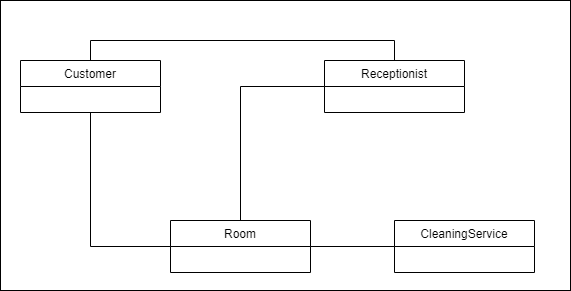
Above: Diagrammer/Domænemodel.png in jonash871j/Landlyst-24062020 (draw.io), before the change. Source tidied: cells renumbered, new cells last; positions are measured from the earlier drawing's top-left corner, leaving out a move shared by most shapes. Its diagram source:
```xml
<mxGraphModel>
  <root>
    <mxCell id="0" />
    <mxCell id="1" parent="0" />
    <mxCell id="2" style="rounded=0;whiteSpace=wrap;html=1;" parent="1" vertex="1">
      <mxGeometry width="570" height="290" as="geometry" />
    </mxCell>
    <mxCell id="3" style="edgeStyle=orthogonalEdgeStyle;rounded=0;jettySize=auto;html=1;entryX=1;entryY=0.5;entryDx=0;entryDy=0;endArrow=none;endFill=0;" parent="1" edge="1" source="4" target="6">
      <mxGeometry relative="1" as="geometry" />
    </mxCell>
    <mxCell id="4" value="CleaningService" style="swimlane;fontStyle=0;horizontal=1;startSize=26;fillColor=none;" parent="1" vertex="1">
      <mxGeometry x="394" y="220" width="140" height="52" as="geometry" />
    </mxCell>
    <mxCell id="5" style="edgeStyle=orthogonalEdgeStyle;rounded=0;jettySize=auto;html=1;entryX=0.5;entryY=0;entryDx=0;entryDy=0;endArrow=none;endFill=0;" parent="1" edge="1" source="7" target="6">
      <mxGeometry relative="1" as="geometry" />
    </mxCell>
    <mxCell id="6" value="Room" style="swimlane;fontStyle=0;horizontal=1;startSize=26;fillColor=none;" parent="1" vertex="1">
      <mxGeometry x="170" y="220" width="140" height="52" as="geometry" />
    </mxCell>
    <mxCell id="7" value="Receptionist" style="swimlane;fontStyle=0;horizontal=1;startSize=26;fillColor=none;" parent="1" vertex="1">
      <mxGeometry x="324" y="60" width="140" height="52" as="geometry" />
    </mxCell>
    <mxCell id="8" style="edgeStyle=orthogonalEdgeStyle;rounded=0;jettySize=auto;html=1;entryX=0;entryY=0.5;entryDx=0;entryDy=0;endArrow=none;endFill=0;exitX=0.5;exitY=1;exitDx=0;exitDy=0;" parent="1" edge="1" source="10" target="6">
      <mxGeometry relative="1" as="geometry">
        <Array as="points">
          <mxPoint x="90" y="246" />
        </Array>
      </mxGeometry>
    </mxCell>
    <mxCell id="9" style="edgeStyle=orthogonalEdgeStyle;rounded=0;jettySize=auto;html=1;entryX=0.5;entryY=0;entryDx=0;entryDy=0;endArrow=none;endFill=0;exitX=0.5;exitY=0;exitDx=0;exitDy=0;" parent="1" edge="1" source="10" target="7">
      <mxGeometry relative="1" as="geometry">
        <Array as="points">
          <mxPoint x="90" y="40" />
          <mxPoint x="394" y="40" />
        </Array>
      </mxGeometry>
    </mxCell>
    <mxCell id="10" value="Customer" style="swimlane;fontStyle=0;horizontal=1;startSize=26;fillColor=none;" parent="1" vertex="1">
      <mxGeometry x="20" y="60" width="140" height="52" as="geometry" />
    </mxCell>
  </root>
</mxGraphModel>
```
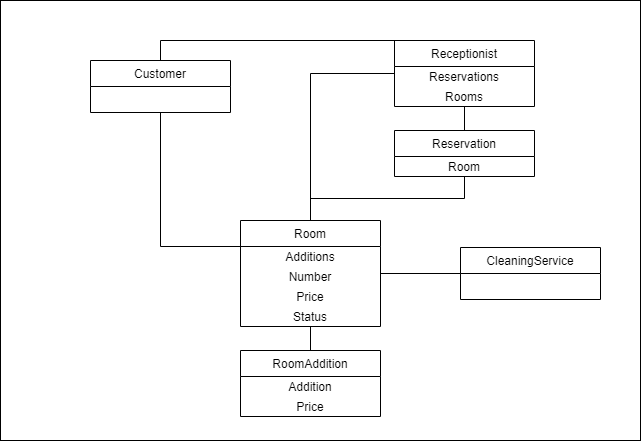
After the commit.

The edit, as a diff of the source:
```diff
@@ -3,40 +3,82 @@
     <mxCell id="0" />
     <mxCell id="1" parent="0" />
     <mxCell id="2" style="rounded=0;whiteSpace=wrap;html=1;" parent="1" vertex="1">
-      <mxGeometry width="570" height="290" as="geometry" />
+      <mxGeometry x="20" width="640" height="440" as="geometry" />
     </mxCell>
     <mxCell id="3" style="edgeStyle=orthogonalEdgeStyle;rounded=0;jettySize=auto;html=1;entryX=1;entryY=0.5;entryDx=0;entryDy=0;endArrow=none;endFill=0;" parent="1" edge="1" source="4" target="6">
       <mxGeometry relative="1" as="geometry" />
     </mxCell>
-    <mxCell id="4" value="CleaningService" style="swimlane;fontStyle=0;horizontal=1;startSize=26;fillColor=none;" parent="1" vertex="1">
-      <mxGeometry x="394" y="220" width="140" height="52" as="geometry" />
-    </mxCell>
     <mxCell id="5" style="edgeStyle=orthogonalEdgeStyle;rounded=0;jettySize=auto;html=1;entryX=0.5;entryY=0;entryDx=0;entryDy=0;endArrow=none;endFill=0;" parent="1" edge="1" source="7" target="6">
       <mxGeometry relative="1" as="geometry" />
     </mxCell>
-    <mxCell id="6" value="Room" style="swimlane;fontStyle=0;horizontal=1;startSize=26;fillColor=none;" parent="1" vertex="1">
-      <mxGeometry x="170" y="220" width="140" height="52" as="geometry" />
-    </mxCell>
-    <mxCell id="7" value="Receptionist" style="swimlane;fontStyle=0;horizontal=1;startSize=26;fillColor=none;" parent="1" vertex="1">
-      <mxGeometry x="324" y="60" width="140" height="52" as="geometry" />
-    </mxCell>
     <mxCell id="8" style="edgeStyle=orthogonalEdgeStyle;rounded=0;jettySize=auto;html=1;entryX=0;entryY=0.5;entryDx=0;entryDy=0;endArrow=none;endFill=0;exitX=0.5;exitY=1;exitDx=0;exitDy=0;" parent="1" edge="1" source="10" target="6">
       <mxGeometry relative="1" as="geometry">
         <Array as="points">
-          <mxPoint x="90" y="246" />
+          <mxPoint x="180" y="246" />
         </Array>
       </mxGeometry>
     </mxCell>
     <mxCell id="9" style="edgeStyle=orthogonalEdgeStyle;rounded=0;jettySize=auto;html=1;entryX=0.5;entryY=0;entryDx=0;entryDy=0;endArrow=none;endFill=0;exitX=0.5;exitY=0;exitDx=0;exitDy=0;" parent="1" edge="1" source="10" target="7">
       <mxGeometry relative="1" as="geometry">
         <Array as="points">
-          <mxPoint x="90" y="40" />
-          <mxPoint x="394" y="40" />
+          <mxPoint x="180" y="40" />
+          <mxPoint x="484" y="40" />
         </Array>
       </mxGeometry>
     </mxCell>
+    <mxCell id="11" style="edgeStyle=orthogonalEdgeStyle;rounded=0;jettySize=auto;html=1;entryX=0.5;entryY=1;entryDx=0;entryDy=0;endArrow=none;endFill=0;" parent="1" edge="1" source="20" target="15">
+      <mxGeometry relative="1" as="geometry" />
+    </mxCell>
+    <mxCell id="6" value="Room" style="swimlane;fontStyle=0;horizontal=1;startSize=26;fillColor=none;" parent="1" vertex="1">
+      <mxGeometry x="260" y="220" width="140" height="106" as="geometry" />
+    </mxCell>
+    <mxCell id="12" value="Additions" style="text;html=1;strokeColor=none;fillColor=none;align=center;verticalAlign=middle;whiteSpace=wrap;rounded=0;" parent="6" vertex="1">
+      <mxGeometry y="26" width="140" height="20" as="geometry" />
+    </mxCell>
+    <mxCell id="13" value="Number" style="text;html=1;strokeColor=none;fillColor=none;align=center;verticalAlign=middle;whiteSpace=wrap;rounded=0;" parent="6" vertex="1">
+      <mxGeometry y="46" width="140" height="20" as="geometry" />
+    </mxCell>
+    <mxCell id="14" value="Price" style="text;html=1;strokeColor=none;fillColor=none;align=center;verticalAlign=middle;whiteSpace=wrap;rounded=0;" parent="6" vertex="1">
+      <mxGeometry y="66" width="140" height="20" as="geometry" />
+    </mxCell>
+    <mxCell id="15" value="Status" style="text;html=1;strokeColor=none;fillColor=none;align=center;verticalAlign=middle;whiteSpace=wrap;rounded=0;" parent="6" vertex="1">
+      <mxGeometry y="86" width="140" height="20" as="geometry" />
+    </mxCell>
     <mxCell id="10" value="Customer" style="swimlane;fontStyle=0;horizontal=1;startSize=26;fillColor=none;" parent="1" vertex="1">
-      <mxGeometry x="20" y="60" width="140" height="52" as="geometry" />
+      <mxGeometry x="110" y="60" width="140" height="52" as="geometry" />
     </mxCell>
+    <mxCell id="16" style="edgeStyle=orthogonalEdgeStyle;rounded=0;jettySize=auto;html=1;entryX=0.5;entryY=1;entryDx=0;entryDy=0;endArrow=none;endFill=0;" parent="1" edge="1" source="17" target="7">
+      <mxGeometry relative="1" as="geometry" />
+    </mxCell>
+    <mxCell id="17" value="Reservation" style="swimlane;fontStyle=0;horizontal=1;startSize=26;fillColor=none;" parent="1" vertex="1">
+      <mxGeometry x="414" y="130" width="140" height="46" as="geometry" />
+    </mxCell>
+    <mxCell id="18" value="Room" style="text;html=1;strokeColor=none;fillColor=none;align=center;verticalAlign=middle;whiteSpace=wrap;rounded=0;" parent="17" vertex="1">
+      <mxGeometry y="26" width="140" height="20" as="geometry" />
+    </mxCell>
+    <mxCell id="19" style="edgeStyle=orthogonalEdgeStyle;rounded=0;jettySize=auto;html=1;exitX=0.5;exitY=1;exitDx=0;exitDy=0;entryX=0.5;entryY=0;entryDx=0;entryDy=0;endArrow=none;endFill=0;" parent="1" edge="1" source="18" target="6">
+      <mxGeometry relative="1" as="geometry" />
+    </mxCell>
+    <mxCell id="20" value="RoomAddition" style="swimlane;fontStyle=0;horizontal=1;startSize=26;fillColor=none;" parent="1" vertex="1">
+      <mxGeometry x="260" y="350" width="140" height="66" as="geometry" />
+    </mxCell>
+    <mxCell id="21" value="Addition" style="text;html=1;strokeColor=none;fillColor=none;align=center;verticalAlign=middle;whiteSpace=wrap;rounded=0;" parent="20" vertex="1">
+      <mxGeometry y="26" width="140" height="20" as="geometry" />
+    </mxCell>
+    <mxCell id="22" value="Price" style="text;html=1;strokeColor=none;fillColor=none;align=center;verticalAlign=middle;whiteSpace=wrap;rounded=0;" parent="20" vertex="1">
+      <mxGeometry y="46" width="140" height="20" as="geometry" />
+    </mxCell>
+    <mxCell id="7" value="Receptionist" style="swimlane;fontStyle=0;horizontal=1;startSize=26;fillColor=none;" parent="1" vertex="1">
+      <mxGeometry x="414" y="40" width="140" height="66" as="geometry" />
+    </mxCell>
+    <mxCell id="23" value="Reservations" style="text;html=1;strokeColor=none;fillColor=none;align=center;verticalAlign=middle;whiteSpace=wrap;rounded=0;" parent="7" vertex="1">
+      <mxGeometry y="26" width="140" height="20" as="geometry" />
+    </mxCell>
+    <mxCell id="24" value="Rooms" style="text;html=1;strokeColor=none;fillColor=none;align=center;verticalAlign=middle;whiteSpace=wrap;rounded=0;" parent="7" vertex="1">
+      <mxGeometry y="46" width="140" height="20" as="geometry" />
+    </mxCell>
+    <mxCell id="4" value="CleaningService" style="swimlane;fontStyle=0;horizontal=1;startSize=26;fillColor=none;" parent="1" vertex="1">
+      <mxGeometry x="480" y="247" width="140" height="52" as="geometry" />
+    </mxCell>
   </root>
 </mxGraphModel>
```
